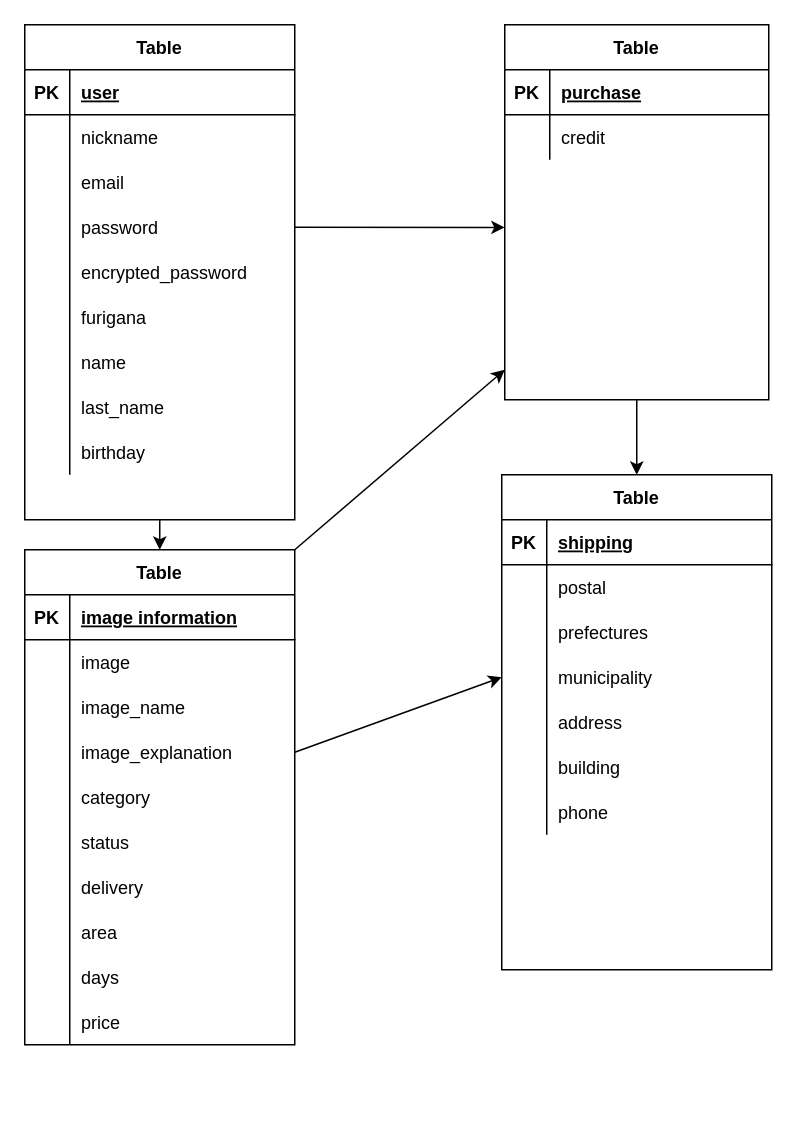
Before: furima.dio in syumpei1997/furima-36707, a draw.io diagram. Source tidied: cells renumbered, new cells numbered last; positions are measured from the earlier drawing's top-left corner, leaving out a move shared by most shapes. Both pictures are drawn from the tidied source at 150%, with x=0, y=0 at pixel (24, 24).
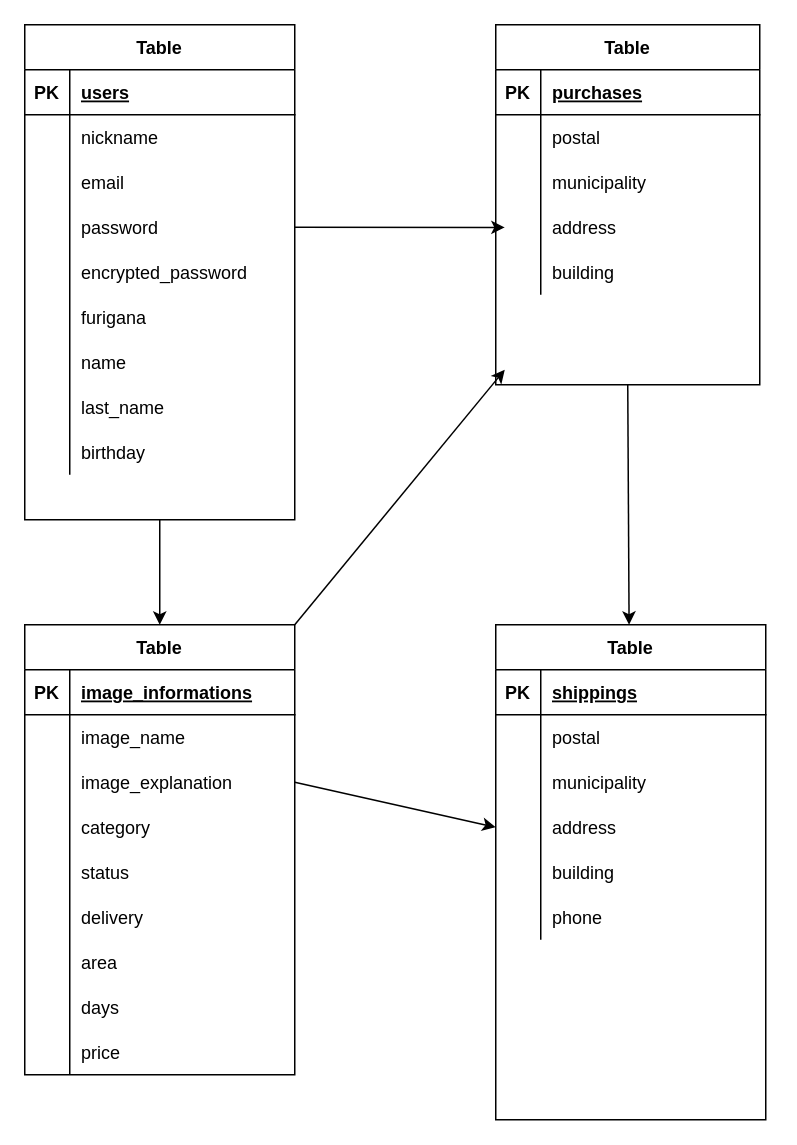
Above is the later version.

Commit message (it also covers changes not shown here):
データベース設計再提出2

Unchanged cells that the change refers to:
```xml
<mxCell id="4" style="shape=partialRectangle;fillColor=none;top=0;left=0;bottom=1;right=0;" parent="3" vertex="1">
  <mxGeometry y="30" width="180" height="30" as="geometry" />
</mxCell>
<mxCell id="13" style="shape=partialRectangle;fillColor=none;top=0;left=0;bottom=0;right=0;points=[[0,0.5],[1,0.5]];portConstraint=eastwest;" parent="3" vertex="1">
  <mxGeometry y="120" width="180" height="30" as="geometry" />
</mxCell>
<mxCell id="33" style="shape=partialRectangle;fillColor=none;top=0;left=0;bottom=1;right=0;" parent="32" vertex="1">
  <mxGeometry y="30" width="176" height="30" as="geometry" />
</mxCell>
<mxCell id="36" style="shape=partialRectangle;fillColor=none;top=0;left=0;bottom=0;right=0;" parent="32" vertex="1">
  <mxGeometry y="60" width="176" height="30" as="geometry" />
</mxCell>
<mxCell id="41" style="shape=partialRectangle;fillColor=none;top=0;left=0;bottom=1;right=0;" parent="40" vertex="1">
  <mxGeometry y="30" width="180" height="30" as="geometry" />
</mxCell>
<mxCell id="72" style="shape=partialRectangle;fillColor=none;top=0;left=0;bottom=1;right=0;" parent="71" vertex="1">
  <mxGeometry y="30" width="180" height="30" as="geometry" />
</mxCell>
<mxCell id="78" style="shape=partialRectangle;fillColor=none;top=0;left=0;bottom=0;right=0;" parent="71" vertex="1">
  <mxGeometry y="90" width="180" height="30" as="geometry" />
</mxCell>
<mxCell id="81" style="shape=partialRectangle;fillColor=none;top=0;left=0;bottom=0;right=0;points=[[0,0.5],[1,0.5]];portConstraint=eastwest;" parent="71" vertex="1">
  <mxGeometry y="120" width="180" height="30" as="geometry" />
</mxCell>
<mxCell id="84" style="shape=partialRectangle;fillColor=none;top=0;left=0;bottom=0;right=0;" parent="71" vertex="1">
  <mxGeometry y="150" width="180" height="30" as="geometry" />
</mxCell>
<mxCell id="87" style="shape=partialRectangle;fillColor=none;top=0;left=0;bottom=0;right=0;" parent="71" vertex="1">
  <mxGeometry y="180" width="180" height="30" as="geometry" />
</mxCell>
```

Diff of the diagram source:
```diff
@@
-    <mxCell id="6" value="user" style="shape=partialRectangle;fillColor=none;top=0;left=0;bottom=0;right=0;align=left;spacingLeft=6;fontStyle=5;overflow=hidden;" parent="4" vertex="1">
+    <mxCell id="6" value="users" style="shape=partialRectangle;fillColor=none;top=0;left=0;bottom=0;right=0;align=left;spacingLeft=6;fontStyle=5;overflow=hidden;" parent="4" vertex="1">
       <mxGeometry x="30" width="150" height="30" as="geometry" />
     </mxCell>
@@
-    <mxCell id="31" style="edgeStyle=none;html=1;exitX=0.5;exitY=1;exitDx=0;exitDy=0;" parent="1" edge="1" source="32" target="71">
-      <mxGeometry relative="1" as="geometry" />
+    <mxCell id="31" style="edgeStyle=none;html=1;exitX=0.5;exitY=1;exitDx=0;exitDy=0;" parent="1" edge="1" source="32">
+      <mxGeometry relative="1" as="geometry">
+        <mxPoint x="402.9" y="400" as="targetPoint" />
+      </mxGeometry>
     </mxCell>
     <mxCell id="32" value="Table" style="shape=table;startSize=30;childLayout=tableLayout;rowLines=0;fontStyle=1;align=center;" parent="1" vertex="1">
-      <mxGeometry x="320" width="176" height="250" as="geometry" />
+      <mxGeometry x="314" width="176" height="240" as="geometry" />
     </mxCell>
@@
-    <mxCell id="35" value="purchase" style="shape=partialRectangle;fillColor=none;top=0;left=0;bottom=0;right=0;align=left;spacingLeft=6;fontStyle=5;overflow=hidden;" parent="33" vertex="1">
+    <mxCell id="35" value="purchases" style="shape=partialRectangle;fillColor=none;top=0;left=0;bottom=0;right=0;align=left;spacingLeft=6;fontStyle=5;overflow=hidden;" parent="33" vertex="1">
       <mxGeometry x="30" width="146" height="30" as="geometry" />
     </mxCell>
@@
-    <mxCell id="38" value="credit" style="shape=partialRectangle;fillColor=none;top=0;left=0;bottom=0;right=0;align=left;spacingLeft=6;overflow=hidden;" parent="36" vertex="1">
+    <mxCell id="38" value="postal" style="shape=partialRectangle;fillColor=none;top=0;left=0;bottom=0;right=0;align=left;spacingLeft=6;overflow=hidden;" parent="36" vertex="1">
       <mxGeometry x="30" width="146" height="30" as="geometry" />
     </mxCell>
+    <mxCell id="95" style="shape=partialRectangle;fillColor=none;top=0;left=0;bottom=0;right=0;" parent="32" vertex="1">
+      <mxGeometry y="90" width="176" height="30" as="geometry" />
+    </mxCell>
+    <mxCell id="96" style="shape=partialRectangle;fillColor=none;top=0;left=0;bottom=0;right=0;overflow=hidden;" parent="95" vertex="1">
+      <mxGeometry width="30" height="30" as="geometry" />
+    </mxCell>
+    <mxCell id="97" value="municipality" style="shape=partialRectangle;fillColor=none;top=0;left=0;bottom=0;right=0;align=left;spacingLeft=6;overflow=hidden;" parent="95" vertex="1">
+      <mxGeometry x="30" width="146" height="30" as="geometry" />
+    </mxCell>
+    <mxCell id="98" style="shape=partialRectangle;fillColor=none;top=0;left=0;bottom=0;right=0;" parent="32" vertex="1">
+      <mxGeometry y="120" width="176" height="30" as="geometry" />
+    </mxCell>
+    <mxCell id="99" style="shape=partialRectangle;fillColor=none;top=0;left=0;bottom=0;right=0;overflow=hidden;" parent="98" vertex="1">
+      <mxGeometry width="30" height="30" as="geometry" />
+    </mxCell>
+    <mxCell id="100" value="address" style="shape=partialRectangle;fillColor=none;top=0;left=0;bottom=0;right=0;align=left;spacingLeft=6;overflow=hidden;" parent="98" vertex="1">
+      <mxGeometry x="30" width="146" height="30" as="geometry" />
+    </mxCell>
+    <mxCell id="101" style="shape=partialRectangle;fillColor=none;top=0;left=0;bottom=0;right=0;" parent="32" vertex="1">
+      <mxGeometry y="150" width="176" height="30" as="geometry" />
+    </mxCell>
+    <mxCell id="102" style="shape=partialRectangle;fillColor=none;top=0;left=0;bottom=0;right=0;overflow=hidden;" parent="101" vertex="1">
+      <mxGeometry width="30" height="30" as="geometry" />
+    </mxCell>
+    <mxCell id="103" value="building" style="shape=partialRectangle;fillColor=none;top=0;left=0;bottom=0;right=0;align=left;spacingLeft=6;overflow=hidden;" parent="101" vertex="1">
+      <mxGeometry x="30" width="146" height="30" as="geometry" />
+    </mxCell>
@@
     <mxCell id="40" value="Table" style="shape=table;startSize=30;childLayout=tableLayout;rowLines=0;fontStyle=1;align=center;html=0;" parent="1" vertex="1">
-      <mxGeometry y="350" width="180" height="330" as="geometry" />
+      <mxGeometry y="400" width="180" height="300" as="geometry" />
     </mxCell>
@@
-    <mxCell id="43" value="image information" style="shape=partialRectangle;fillColor=none;top=0;left=0;bottom=0;right=0;align=left;spacingLeft=6;fontStyle=5;overflow=hidden;" parent="41" vertex="1">
+    <mxCell id="43" value="image_informations" style="shape=partialRectangle;fillColor=none;top=0;left=0;bottom=0;right=0;align=left;spacingLeft=6;fontStyle=5;overflow=hidden;" parent="41" vertex="1">
       <mxGeometry x="30" width="150" height="30" as="geometry" />
     </mxCell>
-    <mxCell id="44" style="shape=partialRectangle;fillColor=none;top=0;left=0;bottom=0;right=0;" parent="40" vertex="1">
-      <mxGeometry y="60" width="180" height="30" as="geometry" />
-    </mxCell>
-    <mxCell id="45" style="shape=partialRectangle;fillColor=none;top=0;left=0;bottom=0;right=0;overflow=hidden;" parent="44" vertex="1">
-      <mxGeometry width="30" height="30" as="geometry" />
-    </mxCell>
-    <mxCell id="46" value="image" style="shape=partialRectangle;fillColor=none;top=0;left=0;bottom=0;right=0;align=left;spacingLeft=6;overflow=hidden;" parent="44" vertex="1">
-      <mxGeometry x="30" width="150" height="30" as="geometry" />
-    </mxCell>
     <mxCell id="47" style="shape=partialRectangle;fillColor=none;top=0;left=0;bottom=0;right=0;" parent="40" vertex="1">
-      <mxGeometry y="90" width="180" height="30" as="geometry" />
+      <mxGeometry y="60" width="180" height="30" as="geometry" />
     </mxCell>
@@
     <mxCell id="50" style="shape=partialRectangle;fillColor=none;top=0;left=0;bottom=0;right=0;points=[[0,0.5],[1,0.5]];portConstraint=eastwest;" parent="40" vertex="1">
-      <mxGeometry y="120" width="180" height="30" as="geometry" />
+      <mxGeometry y="90" width="180" height="30" as="geometry" />
     </mxCell>
@@
     <mxCell id="53" style="shape=partialRectangle;fillColor=none;top=0;left=0;bottom=0;right=0;" parent="40" vertex="1">
-      <mxGeometry y="150" width="180" height="30" as="geometry" />
+      <mxGeometry y="120" width="180" height="30" as="geometry" />
     </mxCell>
@@
     <mxCell id="56" style="shape=partialRectangle;fillColor=none;top=0;left=0;bottom=0;right=0;" parent="40" vertex="1">
-      <mxGeometry y="180" width="180" height="30" as="geometry" />
+      <mxGeometry y="150" width="180" height="30" as="geometry" />
     </mxCell>
@@
     <mxCell id="59" style="shape=partialRectangle;fillColor=none;top=0;left=0;bottom=0;right=0;" parent="40" vertex="1">
-      <mxGeometry y="210" width="180" height="30" as="geometry" />
+      <mxGeometry y="180" width="180" height="30" as="geometry" />
     </mxCell>
@@
     <mxCell id="62" style="shape=partialRectangle;fillColor=none;top=0;left=0;bottom=0;right=0;" parent="40" vertex="1">
-      <mxGeometry y="240" width="180" height="30" as="geometry" />
+      <mxGeometry y="210" width="180" height="30" as="geometry" />
     </mxCell>
@@
     <mxCell id="65" style="shape=partialRectangle;fillColor=none;top=0;left=0;bottom=0;right=0;" parent="40" vertex="1">
-      <mxGeometry y="270" width="180" height="30" as="geometry" />
+      <mxGeometry y="240" width="180" height="30" as="geometry" />
     </mxCell>
@@
     <mxCell id="68" style="shape=partialRectangle;fillColor=none;top=0;left=0;bottom=0;right=0;" parent="40" vertex="1">
-      <mxGeometry y="300" width="180" height="30" as="geometry" />
+      <mxGeometry y="270" width="180" height="30" as="geometry" />
     </mxCell>
@@
+    <mxCell id="93" style="edgeStyle=none;html=1;exitX=1;exitY=0.5;exitDx=0;exitDy=0;" parent="1" edge="1" source="13">
+      <mxGeometry relative="1" as="geometry">
+        <mxPoint x="320" y="135.1" as="targetPoint" />
+      </mxGeometry>
+    </mxCell>
+    <mxCell id="94" style="edgeStyle=none;html=1;exitX=1;exitY=0.5;exitDx=0;exitDy=0;entryX=0;entryY=0.5;entryDx=0;entryDy=0;" parent="1" edge="1" source="50">
+      <mxGeometry relative="1" as="geometry">
+        <mxPoint x="314" y="535" as="targetPoint" />
+      </mxGeometry>
+    </mxCell>
     <mxCell id="71" value="Table" style="shape=table;startSize=30;childLayout=tableLayout;rowLines=0;fontStyle=1;align=center;html=0;" parent="1" vertex="1">
-      <mxGeometry x="318" y="300" width="180" height="330" as="geometry" />
+      <mxGeometry x="314" y="400" width="180" height="330" as="geometry" />
     </mxCell>
@@
-    <mxCell id="74" value="shipping" style="shape=partialRectangle;fillColor=none;top=0;left=0;bottom=0;right=0;align=left;spacingLeft=6;fontStyle=5;overflow=hidden;" parent="72" vertex="1">
-      <mxGeometry x="30" width="150" height="30" as="geometry" />
-    </mxCell>
-    <mxCell id="75" style="shape=partialRectangle;fillColor=none;top=0;left=0;bottom=0;right=0;" parent="71" vertex="1">
-      <mxGeometry y="60" width="180" height="30" as="geometry" />
-    </mxCell>
-    <mxCell id="76" style="shape=partialRectangle;fillColor=none;top=0;left=0;bottom=0;right=0;overflow=hidden;" parent="75" vertex="1">
-      <mxGeometry width="30" height="30" as="geometry" />
-    </mxCell>
+    <mxCell id="104" value="shippings" style="shape=partialRectangle;fillColor=none;top=0;left=0;bottom=0;right=0;align=left;spacingLeft=6;fontStyle=5;overflow=hidden;" parent="72" vertex="1">
+      <mxGeometry x="30" width="150" height="30" as="geometry" />
+    </mxCell>
+    <mxCell id="105" style="shape=partialRectangle;fillColor=none;top=0;left=0;bottom=0;right=0;" parent="71" vertex="1">
+      <mxGeometry y="60" width="180" height="30" as="geometry" />
+    </mxCell>
+    <mxCell id="106" style="shape=partialRectangle;fillColor=none;top=0;left=0;bottom=0;right=0;overflow=hidden;" parent="105" vertex="1">
+      <mxGeometry width="30" height="30" as="geometry" />
+    </mxCell>
-    <mxCell id="77" value="postal" style="shape=partialRectangle;fillColor=none;top=0;left=0;bottom=0;right=0;align=left;spacingLeft=6;overflow=hidden;" parent="75" vertex="1">
+    <mxCell id="77" value="postal" style="shape=partialRectangle;fillColor=none;top=0;left=0;bottom=0;right=0;align=left;spacingLeft=6;overflow=hidden;" parent="105" vertex="1">
       <mxGeometry x="30" width="150" height="30" as="geometry" />
     </mxCell>
@@
-    <mxCell id="79" style="shape=partialRectangle;fillColor=none;top=0;left=0;bottom=0;right=0;overflow=hidden;" parent="78" vertex="1">
-      <mxGeometry width="30" height="30" as="geometry" />
-    </mxCell>
-    <mxCell id="80" value="prefectures" style="shape=partialRectangle;fillColor=none;top=0;left=0;bottom=0;right=0;align=left;spacingLeft=6;overflow=hidden;" parent="78" vertex="1">
-      <mxGeometry x="30" width="150" height="30" as="geometry" />
-    </mxCell>
+    <mxCell id="107" style="shape=partialRectangle;fillColor=none;top=0;left=0;bottom=0;right=0;overflow=hidden;" parent="78" vertex="1">
+      <mxGeometry width="30" height="30" as="geometry" />
+    </mxCell>
+    <mxCell id="83" value="municipality" style="shape=partialRectangle;fillColor=none;top=0;left=0;bottom=0;right=0;align=left;spacingLeft=6;overflow=hidden;" parent="78" vertex="1">
+      <mxGeometry x="30" width="150" height="30" as="geometry" />
+    </mxCell>
@@
-    <mxCell id="82" style="shape=partialRectangle;fillColor=none;top=0;left=0;bottom=0;right=0;overflow=hidden;" parent="81" vertex="1">
-      <mxGeometry width="30" height="30" as="geometry" />
-    </mxCell>
-    <mxCell id="83" value="municipality" style="shape=partialRectangle;fillColor=none;top=0;left=0;bottom=0;right=0;align=left;spacingLeft=6;overflow=hidden;" parent="81" vertex="1">
-      <mxGeometry x="30" width="150" height="30" as="geometry" />
-    </mxCell>
+    <mxCell id="108" style="shape=partialRectangle;fillColor=none;top=0;left=0;bottom=0;right=0;overflow=hidden;" parent="81" vertex="1">
+      <mxGeometry width="30" height="30" as="geometry" />
+    </mxCell>
+    <mxCell id="86" value="address" style="shape=partialRectangle;fillColor=none;top=0;left=0;bottom=0;right=0;align=left;spacingLeft=6;overflow=hidden;" parent="81" vertex="1">
+      <mxGeometry x="30" width="150" height="30" as="geometry" />
+    </mxCell>
@@
-    <mxCell id="85" style="shape=partialRectangle;fillColor=none;top=0;left=0;bottom=0;right=0;overflow=hidden;" parent="84" vertex="1">
-      <mxGeometry width="30" height="30" as="geometry" />
-    </mxCell>
-    <mxCell id="86" value="address" style="shape=partialRectangle;fillColor=none;top=0;left=0;bottom=0;right=0;align=left;spacingLeft=6;overflow=hidden;" parent="84" vertex="1">
-      <mxGeometry x="30" width="150" height="30" as="geometry" />
-    </mxCell>
+    <mxCell id="109" style="shape=partialRectangle;fillColor=none;top=0;left=0;bottom=0;right=0;overflow=hidden;" parent="84" vertex="1">
+      <mxGeometry width="30" height="30" as="geometry" />
+    </mxCell>
+    <mxCell id="89" value="building" style="shape=partialRectangle;fillColor=none;top=0;left=0;bottom=0;right=0;align=left;spacingLeft=6;overflow=hidden;" parent="84" vertex="1">
+      <mxGeometry x="30" width="150" height="30" as="geometry" />
+    </mxCell>
@@
-    <mxCell id="88" style="shape=partialRectangle;fillColor=none;top=0;left=0;bottom=0;right=0;overflow=hidden;" parent="87" vertex="1">
-      <mxGeometry width="30" height="30" as="geometry" />
-    </mxCell>
-    <mxCell id="89" value="building" style="shape=partialRectangle;fillColor=none;top=0;left=0;bottom=0;right=0;align=left;spacingLeft=6;overflow=hidden;" parent="87" vertex="1">
-      <mxGeometry x="30" width="150" height="30" as="geometry" />
-    </mxCell>
-    <mxCell id="90" style="shape=partialRectangle;fillColor=none;top=0;left=0;bottom=0;right=0;" parent="71" vertex="1">
-      <mxGeometry y="210" width="180" height="30" as="geometry" />
-    </mxCell>
-    <mxCell id="91" style="shape=partialRectangle;fillColor=none;top=0;left=0;bottom=0;right=0;overflow=hidden;" parent="90" vertex="1">
-      <mxGeometry width="30" height="30" as="geometry" />
-    </mxCell>
+    <mxCell id="110" style="shape=partialRectangle;fillColor=none;top=0;left=0;bottom=0;right=0;overflow=hidden;" parent="87" vertex="1">
+      <mxGeometry width="30" height="30" as="geometry" />
+    </mxCell>
-    <mxCell id="92" value="phone" style="shape=partialRectangle;fillColor=none;top=0;left=0;bottom=0;right=0;align=left;spacingLeft=6;overflow=hidden;" parent="90" vertex="1">
+    <mxCell id="92" value="phone" style="shape=partialRectangle;fillColor=none;top=0;left=0;bottom=0;right=0;align=left;spacingLeft=6;overflow=hidden;" parent="87" vertex="1">
       <mxGeometry x="30" width="150" height="30" as="geometry" />
     </mxCell>
-    <mxCell id="93" style="edgeStyle=none;html=1;exitX=1;exitY=0.5;exitDx=0;exitDy=0;" parent="1" edge="1" source="13">
-      <mxGeometry relative="1" as="geometry">
-        <mxPoint x="320" y="135.1" as="targetPoint" />
-      </mxGeometry>
-    </mxCell>
-    <mxCell id="94" style="edgeStyle=none;html=1;exitX=1;exitY=0.5;exitDx=0;exitDy=0;entryX=0;entryY=0.5;entryDx=0;entryDy=0;" parent="1" edge="1" source="50" target="81">
-      <mxGeometry relative="1" as="geometry" />
-    </mxCell>
```
